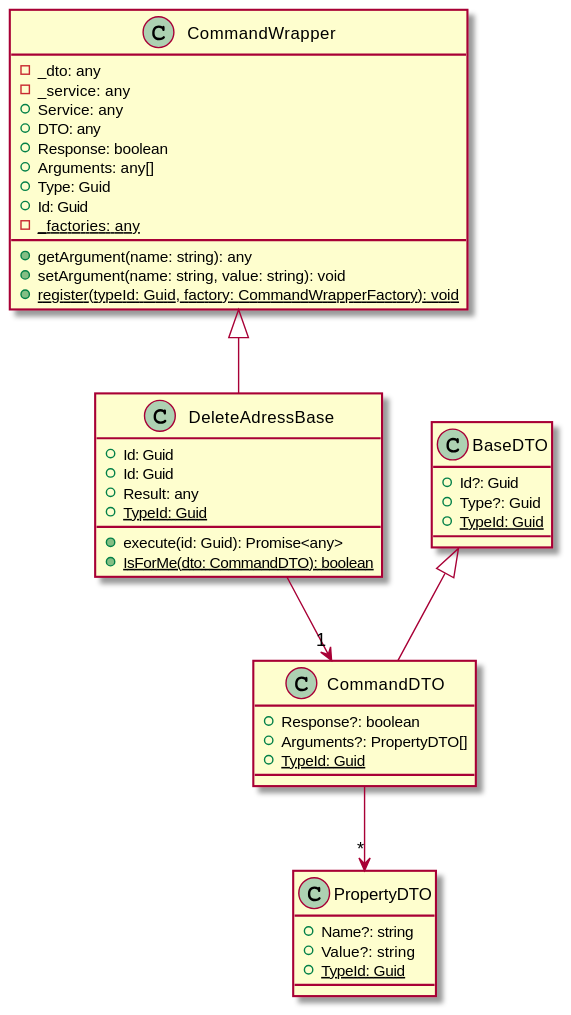
kokolorix/wEBcMD keeps this PlantUML diagram as wEBcMD/Doc/Types/ts/DeleteAdress.svg. Above is the earlier version.
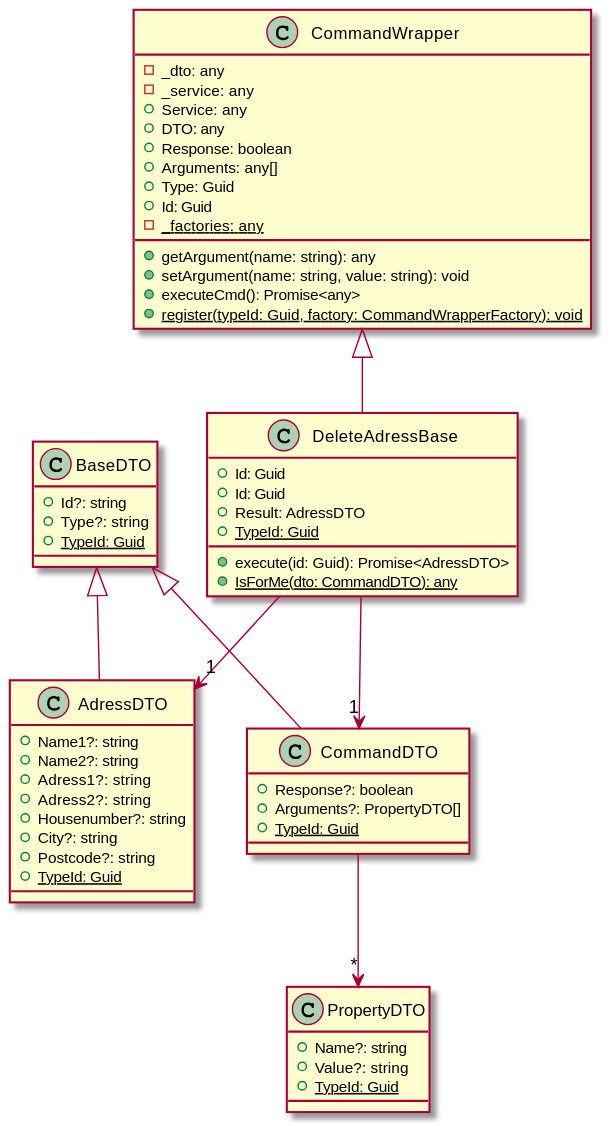
After the change.

Diff of the diagram source:
```diff
@@ -1,4 +1,19 @@
 @startuml
+class BaseDTO {
+    +Id?: string
+    +Type?: string
+    +{static} TypeId: Guid
+}
+class AdressDTO extends BaseDTO {
+    +Name1?: string
+    +Name2?: string
+    +Adress1?: string
+    +Adress2?: string
+    +Housenumber?: string
+    +City?: string
+    +Postcode?: string
+    +{static} TypeId: Guid
+}
 class CommandWrapper {
     -_dto: any
     -_service: any
@@ -10,17 +25,13 @@
     +Id: Guid
     +getArgument(name: string): any
     +setArgument(name: string, value: string): void
+    +executeCmd(): Promise<any>
     -{static} _factories: any
     +{static} register(typeId: Guid, factory: CommandWrapperFactory): void
 }
 class PropertyDTO {
     +Name?: string
     +Value?: string
-    +{static} TypeId: Guid
-}
-class BaseDTO {
-    +Id?: Guid
-    +Type?: Guid
     +{static} TypeId: Guid
 }
 class CommandDTO extends BaseDTO {
@@ -31,11 +42,12 @@
 class DeleteAdressBase extends CommandWrapper {
     +Id: Guid
     +Id: Guid
-    +Result: any
-    +execute(id: Guid): Promise<any>
+    +Result: AdressDTO
+    +execute(id: Guid): Promise<AdressDTO>
     +{static} TypeId: Guid
-    +{static} IsForMe(dto: CommandDTO): boolean
+    +{static} IsForMe(dto: CommandDTO): any
 }
 CommandDTO --> "*" PropertyDTO
+DeleteAdressBase --> "1" AdressDTO
 DeleteAdressBase --> "1" CommandDTO
 @enduml
```
